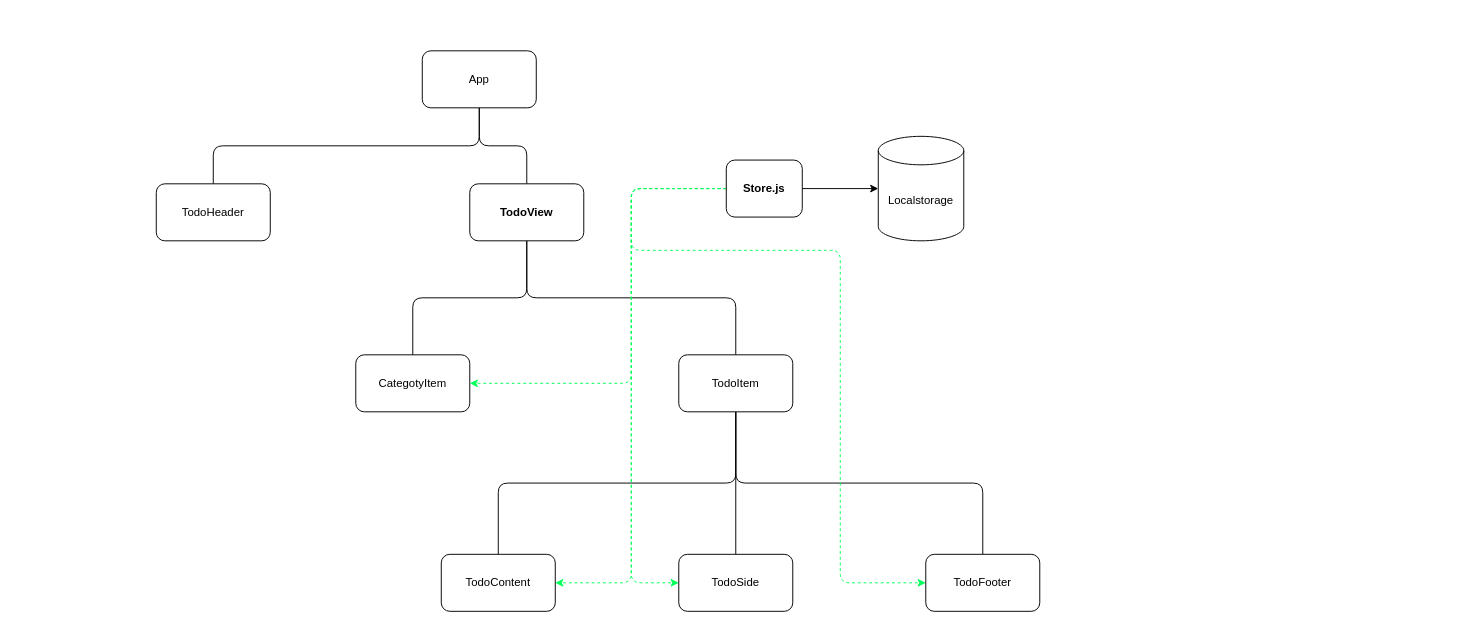
Before: todo-list.drawio in jbkim4040/todo_original, a draw.io diagram. Source tidied: cells renumbered, new cells numbered last; positions are measured from the earlier drawing's top-left corner, leaving out a move shared by most shapes. Both pictures are drawn from the tidied source at 95%, with x=0, y=0 at pixel (156, 50).
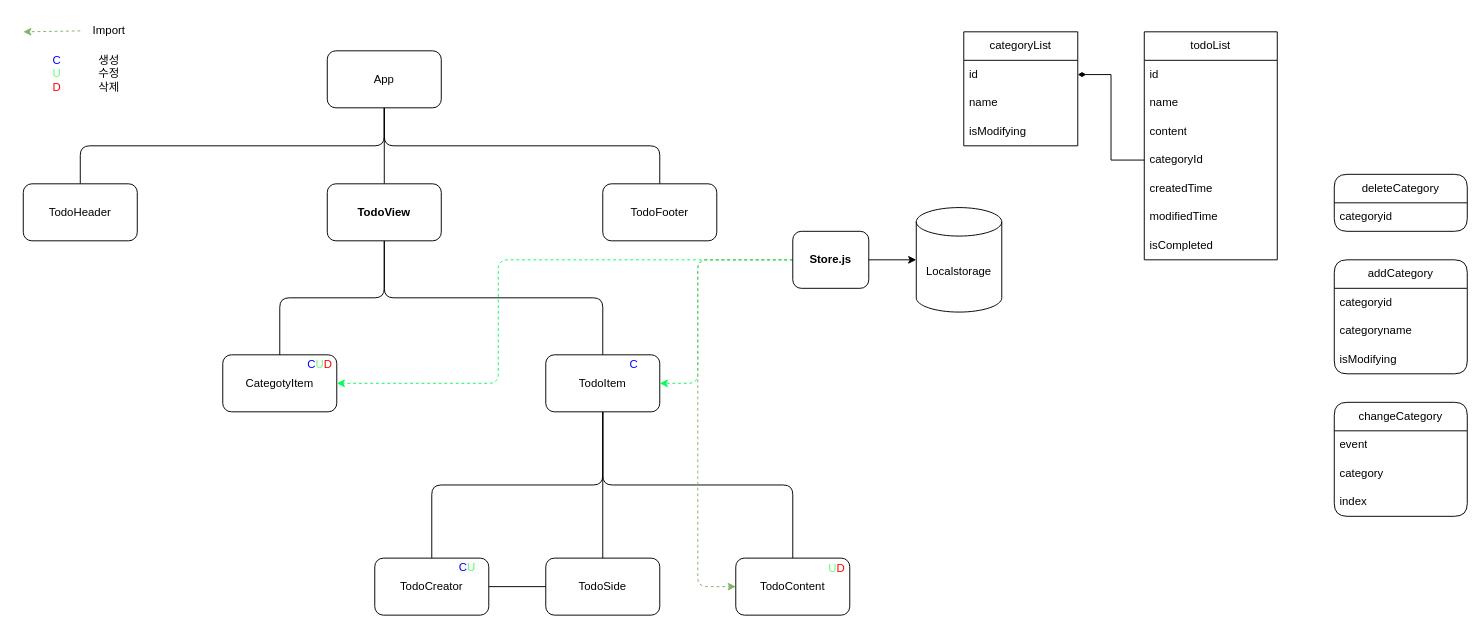
The same page after the edit.

The edit, as a diff of the source:
```diff
@@
+    <mxCell id="24" style="edgeStyle=orthogonalEdgeStyle;rounded=1;jettySize=auto;html=1;exitX=0.5;exitY=1;exitDx=0;exitDy=0;entryX=0.5;entryY=0;entryDx=0;entryDy=0;curved=0;endArrow=none;endFill=0;" parent="1" edge="1" source="4" target="23">
+      <mxGeometry relative="1" as="geometry" />
+    </mxCell>
     <mxCell id="4" value="App" style="rounded=1;whiteSpace=wrap;html=1;" parent="1" vertex="1">
-      <mxGeometry x="280" width="120" height="60" as="geometry" />
+      <mxGeometry x="180" width="120" height="60" as="geometry" />
     </mxCell>
     <mxCell id="5" value="CategotyItem" style="rounded=1;whiteSpace=wrap;html=1;" parent="1" vertex="1">
-      <mxGeometry x="210" y="320" width="120" height="60" as="geometry" />
+      <mxGeometry x="70" y="320" width="120" height="60" as="geometry" />
     </mxCell>
@@
     <mxCell id="8" value="TodoView" style="rounded=1;whiteSpace=wrap;html=1;fontStyle=1;" parent="1" vertex="1">
-      <mxGeometry x="330" y="140" width="120" height="60" as="geometry" />
+      <mxGeometry x="180" y="140" width="120" height="60" as="geometry" />
     </mxCell>
@@
-    <mxCell id="10" style="edgeStyle=orthogonalEdgeStyle;rounded=1;jettySize=auto;html=1;exitX=0.5;exitY=1;exitDx=0;exitDy=0;entryX=0.5;entryY=0;entryDx=0;entryDy=0;curved=0;endArrow=none;endFill=0;" parent="1" edge="1" source="12" target="23">
-      <mxGeometry relative="1" as="geometry" />
-    </mxCell>
+    <mxCell id="25" style="edgeStyle=orthogonalEdgeStyle;rounded=1;jettySize=auto;html=1;exitX=0.5;exitY=1;exitDx=0;exitDy=0;entryX=0.5;entryY=0;entryDx=0;entryDy=0;endArrow=none;endFill=0;curved=0;" parent="1" edge="1" source="12" target="27">
+      <mxGeometry relative="1" as="geometry" />
+    </mxCell>
@@
     <mxCell id="12" value="TodoItem" style="rounded=1;whiteSpace=wrap;html=1;" parent="1" vertex="1">
-      <mxGeometry x="550" y="320" width="120" height="60" as="geometry" />
+      <mxGeometry x="410" y="320" width="120" height="60" as="geometry" />
     </mxCell>
     <mxCell id="13" value="TodoHeader" style="rounded=1;whiteSpace=wrap;html=1;" parent="1" vertex="1">
-      <mxGeometry y="140" width="120" height="60" as="geometry" />
+      <mxGeometry x="-140" y="140" width="120" height="60" as="geometry" />
     </mxCell>
     <mxCell id="14" style="edgeStyle=orthogonalEdgeStyle;rounded=1;jettySize=auto;html=1;exitX=0;exitY=0.5;exitDx=0;exitDy=0;entryX=1;entryY=0.5;entryDx=0;entryDy=0;dashed=1;curved=0;strokeColor=#00ff59;" parent="1" edge="1" source="18" target="5">
       <mxGeometry relative="1" as="geometry">
         <Array as="points">
-          <mxPoint x="500" y="145" />
-          <mxPoint x="500" y="350" />
+          <mxPoint x="670" y="220" />
+          <mxPoint x="360" y="220" />
+          <mxPoint x="360" y="350" />
         </Array>
       </mxGeometry>
     </mxCell>
+    <mxCell id="17" style="edgeStyle=orthogonalEdgeStyle;rounded=1;jettySize=auto;html=1;exitX=0;exitY=0.5;exitDx=0;exitDy=0;entryX=1;entryY=0.5;entryDx=0;entryDy=0;curved=0;dashed=1;strokeColor=#00ff59;" parent="1" edge="1" source="18" target="12">
+      <mxGeometry relative="1" as="geometry">
+        <Array as="points">
+          <mxPoint x="570" y="220" />
+          <mxPoint x="570" y="350" />
+        </Array>
+      </mxGeometry>
+    </mxCell>
-    <mxCell id="15" style="edgeStyle=orthogonalEdgeStyle;rounded=1;jettySize=auto;html=1;exitX=0;exitY=0.5;exitDx=0;exitDy=0;entryX=1;entryY=0.5;entryDx=0;entryDy=0;curved=0;dashed=1;strokeColor=#00ff59;" parent="1" edge="1" source="18" target="21">
+    <mxCell id="15" style="edgeStyle=orthogonalEdgeStyle;rounded=1;jettySize=auto;html=1;exitX=0;exitY=0.5;exitDx=0;exitDy=0;entryX=0;entryY=0.5;entryDx=0;entryDy=0;fillColor=#d5e8d4;strokeColor=#82b366;curved=0;dashed=1;" parent="1" edge="1" source="18" target="21">
       <mxGeometry relative="1" as="geometry">
         <Array as="points">
-          <mxPoint x="500" y="145" />
-          <mxPoint x="500" y="560" />
+          <mxPoint x="570" y="220" />
+          <mxPoint x="570" y="564" />
         </Array>
       </mxGeometry>
     </mxCell>
-    <mxCell id="16" style="edgeStyle=orthogonalEdgeStyle;rounded=1;jettySize=auto;html=1;exitX=0;exitY=0.5;exitDx=0;exitDy=0;entryX=0;entryY=0.5;entryDx=0;entryDy=0;curved=0;dashed=1;strokeColor=#00ff59;" parent="1" edge="1" source="18" target="22">
-      <mxGeometry relative="1" as="geometry">
-        <Array as="points">
-          <mxPoint x="500" y="145" />
-          <mxPoint x="500" y="560" />
-        </Array>
-      </mxGeometry>
-    </mxCell>
-    <mxCell id="17" style="edgeStyle=orthogonalEdgeStyle;rounded=1;jettySize=auto;html=1;exitX=0;exitY=0.5;exitDx=0;exitDy=0;entryX=0;entryY=0.5;entryDx=0;entryDy=0;curved=0;dashed=1;strokeColor=#00ff59;" parent="1" edge="1" source="18" target="23">
-      <mxGeometry relative="1" as="geometry">
-        <Array as="points">
-          <mxPoint x="500" y="145" />
-          <mxPoint x="500" y="210" />
-          <mxPoint x="720" y="210" />
-          <mxPoint x="720" y="560" />
-        </Array>
-      </mxGeometry>
-    </mxCell>
     <mxCell id="18" value="Store.js" style="rounded=1;whiteSpace=wrap;html=1;fontStyle=1;" parent="1" vertex="1">
-      <mxGeometry x="600" y="115" width="80" height="60" as="geometry" />
+      <mxGeometry x="670" y="190" width="80" height="60" as="geometry" />
     </mxCell>
     <mxCell id="19" value="Localstorage" style="shape=cylinder3;whiteSpace=wrap;html=1;boundedLbl=1;backgroundOutline=1;size=15;" parent="1" vertex="1">
-      <mxGeometry x="760" y="90" width="90" height="110" as="geometry" />
+      <mxGeometry x="800" y="165" width="90" height="110" as="geometry" />
     </mxCell>
@@
+    <mxCell id="26" style="edgeStyle=orthogonalEdgeStyle;rounded=1;jettySize=auto;html=1;exitX=0;exitY=0.5;exitDx=0;exitDy=0;entryX=1;entryY=0.5;entryDx=0;entryDy=0;endArrow=none;endFill=0;curved=0;" parent="1" edge="1" source="22" target="27">
+      <mxGeometry relative="1" as="geometry" />
+    </mxCell>
     <mxCell id="21" value="TodoContent" style="rounded=1;whiteSpace=wrap;html=1;" parent="1" vertex="1">
-      <mxGeometry x="300" y="530" width="120" height="60" as="geometry" />
+      <mxGeometry x="610" y="534" width="120" height="60" as="geometry" />
     </mxCell>
+    <mxCell id="27" value="TodoCreator" style="rounded=1;whiteSpace=wrap;html=1;" parent="1" vertex="1">
+      <mxGeometry x="230" y="534" width="120" height="60" as="geometry" />
+    </mxCell>
+    <mxCell id="28" style="edgeStyle=orthogonalEdgeStyle;rounded=0;orthogonalLoop=1;jettySize=auto;html=1;exitX=0;exitY=0.5;exitDx=0;exitDy=0;entryX=1;entryY=0.5;entryDx=0;entryDy=0;endArrow=diamondThin;endFill=1;" parent="1" edge="1">
+      <mxGeometry relative="1" as="geometry">
+        <mxPoint x="40" y="450" as="sourcePoint" />
+      </mxGeometry>
+    </mxCell>
+    <mxCell id="29" value="categoryList" style="swimlane;fontStyle=0;horizontal=1;startSize=30;whiteSpace=wrap;html=1;" parent="1" vertex="1">
+      <mxGeometry x="850" y="-20" width="120" height="120" as="geometry" />
+    </mxCell>
+    <mxCell id="30" value="id" style="text;strokeColor=none;fillColor=none;align=left;verticalAlign=middle;spacingLeft=4;spacingRight=4;overflow=hidden;points=[[0,0.5],[1,0.5]];portConstraint=eastwest;whiteSpace=wrap;html=1;" parent="29" vertex="1">
+      <mxGeometry y="30" width="120" height="30" as="geometry" />
+    </mxCell>
+    <mxCell id="31" value="name" style="text;strokeColor=none;fillColor=none;align=left;verticalAlign=middle;spacingLeft=4;spacingRight=4;overflow=hidden;whiteSpace=wrap;html=1;" parent="29" vertex="1">
+      <mxGeometry y="60" width="120" height="30" as="geometry" />
+    </mxCell>
+    <mxCell id="32" value="isModifying" style="text;strokeColor=none;fillColor=none;align=left;verticalAlign=middle;spacingLeft=4;spacingRight=4;overflow=hidden;whiteSpace=wrap;html=1;" parent="29" vertex="1">
+      <mxGeometry y="90" width="120" height="30" as="geometry" />
+    </mxCell>
+    <mxCell id="33" value="todoList" style="swimlane;fontStyle=0;horizontal=1;startSize=30;whiteSpace=wrap;html=1;" parent="1" vertex="1">
+      <mxGeometry x="1040" y="-20" width="140" height="240" as="geometry" />
+    </mxCell>
+    <mxCell id="34" value="id" style="text;strokeColor=none;fillColor=none;align=left;verticalAlign=middle;spacingLeft=4;spacingRight=4;overflow=hidden;whiteSpace=wrap;html=1;" parent="33" vertex="1">
+      <mxGeometry y="30" width="140" height="30" as="geometry" />
+    </mxCell>
+    <mxCell id="35" value="name" style="text;strokeColor=none;fillColor=none;align=left;verticalAlign=middle;spacingLeft=4;spacingRight=4;overflow=hidden;whiteSpace=wrap;html=1;" parent="33" vertex="1">
+      <mxGeometry y="60" width="140" height="30" as="geometry" />
+    </mxCell>
+    <mxCell id="36" value="content" style="text;strokeColor=none;fillColor=none;align=left;verticalAlign=middle;spacingLeft=4;spacingRight=4;overflow=hidden;whiteSpace=wrap;html=1;" parent="33" vertex="1">
+      <mxGeometry y="90" width="140" height="30" as="geometry" />
+    </mxCell>
+    <mxCell id="37" value="categoryId" style="text;strokeColor=none;fillColor=none;align=left;verticalAlign=middle;spacingLeft=4;spacingRight=4;overflow=hidden;points=[[0,0.5],[1,0.5]];portConstraint=eastwest;whiteSpace=wrap;html=1;" parent="33" vertex="1">
+      <mxGeometry y="120" width="140" height="30" as="geometry" />
+    </mxCell>
+    <mxCell id="38" value="createdTime" style="text;strokeColor=none;fillColor=none;align=left;verticalAlign=middle;spacingLeft=4;spacingRight=4;overflow=hidden;whiteSpace=wrap;html=1;" parent="33" vertex="1">
+      <mxGeometry y="150" width="140" height="30" as="geometry" />
+    </mxCell>
+    <mxCell id="39" value="modifiedTime" style="text;strokeColor=none;fillColor=none;align=left;verticalAlign=middle;spacingLeft=4;spacingRight=4;overflow=hidden;whiteSpace=wrap;html=1;" parent="33" vertex="1">
+      <mxGeometry y="180" width="140" height="30" as="geometry" />
+    </mxCell>
+    <mxCell id="40" value="isCompleted" style="text;strokeColor=none;fillColor=none;align=left;verticalAlign=middle;spacingLeft=4;spacingRight=4;overflow=hidden;whiteSpace=wrap;html=1;" parent="33" vertex="1">
+      <mxGeometry y="210" width="140" height="30" as="geometry" />
+    </mxCell>
+    <mxCell id="41" style="edgeStyle=orthogonalEdgeStyle;rounded=0;jettySize=auto;html=1;exitX=0;exitY=0.5;exitDx=0;exitDy=0;entryX=1;entryY=0.5;entryDx=0;entryDy=0;endArrow=diamondThin;endFill=1;" parent="1" edge="1" source="37" target="30">
+      <mxGeometry relative="1" as="geometry" />
+    </mxCell>
+    <mxCell id="42" style="endArrow=classic;html=1;rounded=0;fillColor=#d5e8d4;strokeColor=#82b366;dashed=1;" parent="1" edge="1">
+      <mxGeometry relative="1" as="geometry">
+        <mxPoint x="-80" y="-21" as="sourcePoint" />
+        <mxPoint x="-140" y="-20" as="targetPoint" />
+      </mxGeometry>
+    </mxCell>
+    <mxCell id="43" value="Import" style="text;html=1;align=center;verticalAlign=middle;strokeColor=none;fillColor=none;" parent="1" vertex="1">
+      <mxGeometry x="-80" y="-36" width="60" height="30" as="geometry" />
+    </mxCell>
+    <mxCell id="44" value="&lt;font color=&quot;#0400ff&quot;&gt;C&lt;/font&gt;&lt;font color=&quot;#61ff7b&quot;&gt;&amp;nbsp; &amp;nbsp;&amp;nbsp;&lt;/font&gt;" style="text;html=1;align=center;verticalAlign=middle;strokeColor=none;fillColor=none;fontColor=#ff0000;" parent="1" vertex="1">
+      <mxGeometry x="484" y="315" width="50" height="30" as="geometry" />
+    </mxCell>
+    <mxCell id="45" value="&lt;font color=&quot;#0400ff&quot;&gt;&amp;nbsp; &amp;nbsp;&lt;/font&gt;&lt;font color=&quot;#61ff7b&quot;&gt;U&lt;/font&gt;D" style="text;html=1;align=center;verticalAlign=middle;strokeColor=none;fillColor=none;fontColor=#ff0000;" parent="1" vertex="1">
+      <mxGeometry x="686" y="530" width="50" height="30" as="geometry" />
+    </mxCell>
+    <mxCell id="46" value="&lt;font color=&quot;#0400ff&quot;&gt;C &lt;br&gt;&lt;/font&gt;&lt;font color=&quot;#61ff7b&quot;&gt;U&lt;br&gt;&lt;/font&gt;D" style="text;html=1;align=center;verticalAlign=middle;strokeColor=none;fillColor=none;fontColor=#ff0000;" parent="1" vertex="1">
+      <mxGeometry x="-120" y="-6" width="30" height="60" as="geometry" />
+    </mxCell>
+    <mxCell id="47" value="&lt;font color=&quot;#0400ff&quot;&gt;C&lt;/font&gt;&lt;font color=&quot;#61ff7b&quot;&gt;U&lt;/font&gt;D" style="text;html=1;align=center;verticalAlign=middle;strokeColor=none;fillColor=none;fontColor=#ff0000;" parent="1" vertex="1">
+      <mxGeometry x="147" y="315" width="50" height="30" as="geometry" />
+    </mxCell>
+    <mxCell id="48" value="&lt;font color=&quot;#000000&quot;&gt;생성&lt;br&gt;수정&lt;br&gt;삭제&lt;/font&gt;" style="text;html=1;align=center;verticalAlign=middle;strokeColor=none;fillColor=none;fontColor=#ff0000;" parent="1" vertex="1">
+      <mxGeometry x="-70" y="-6" width="40" height="60" as="geometry" />
+    </mxCell>
     <mxCell id="22" value="TodoSide" style="rounded=1;whiteSpace=wrap;html=1;" parent="1" vertex="1">
-      <mxGeometry x="550" y="530" width="120" height="60" as="geometry" />
+      <mxGeometry x="410" y="534" width="120" height="60" as="geometry" />
     </mxCell>
+    <mxCell id="49" value="&lt;font color=&quot;#0400ff&quot; style=&quot;border-color: var(--border-color); font-family: Helvetica; font-size: 12px; font-style: normal; font-variant-ligatures: normal; font-variant-caps: normal; font-weight: 400; letter-spacing: normal; orphans: 2; text-align: center; text-indent: 0px; text-transform: none; widows: 2; word-spacing: 0px; -webkit-text-stroke-width: 0px; background-color: rgb(251, 251, 251); text-decoration-thickness: initial; text-decoration-style: initial; text-decoration-color: initial;&quot;&gt;C&lt;/font&gt;&lt;font color=&quot;#61ff7b&quot; style=&quot;border-color: var(--border-color); font-family: Helvetica; font-size: 12px; font-style: normal; font-variant-ligatures: normal; font-variant-caps: normal; font-weight: 400; letter-spacing: normal; orphans: 2; text-align: center; text-indent: 0px; text-transform: none; widows: 2; word-spacing: 0px; -webkit-text-stroke-width: 0px; background-color: rgb(251, 251, 251); text-decoration-thickness: initial; text-decoration-style: initial; text-decoration-color: initial;&quot;&gt;U&lt;/font&gt;&lt;font color=&quot;#ff0000&quot; style=&quot;border-color: var(--border-color); font-family: Helvetica; font-size: 12px; font-style: normal; font-variant-ligatures: normal; font-variant-caps: normal; font-weight: 400; letter-spacing: normal; orphans: 2; text-align: center; text-indent: 0px; text-transform: none; widows: 2; word-spacing: 0px; -webkit-text-stroke-width: 0px; background-color: rgb(251, 251, 251); text-decoration-thickness: initial; text-decoration-style: initial; text-decoration-color: initial;&quot;&gt;&amp;nbsp;&lt;/font&gt;" style="text;whiteSpace=wrap;html=1;" parent="1" vertex="1">
+      <mxGeometry x="317" y="530" width="30" height="30" as="geometry" />
+    </mxCell>
     <mxCell id="23" value="TodoFooter" style="rounded=1;whiteSpace=wrap;html=1;" parent="1" vertex="1">
-      <mxGeometry x="810" y="530" width="120" height="60" as="geometry" />
+      <mxGeometry x="470" y="140" width="120" height="60" as="geometry" />
     </mxCell>
+    <mxCell id="50" value="deleteCategory" style="swimlane;fontStyle=0;horizontal=1;startSize=30;whiteSpace=wrap;html=1;rounded=1;" parent="1" vertex="1">
+      <mxGeometry x="1240" y="130" width="140" height="60" as="geometry" />
+    </mxCell>
+    <mxCell id="51" value="categoryid" style="text;strokeColor=none;fillColor=none;align=left;verticalAlign=middle;spacingLeft=4;spacingRight=4;overflow=hidden;whiteSpace=wrap;html=1;rounded=1;" parent="50" vertex="1">
+      <mxGeometry y="30" width="140" height="30" as="geometry" />
+    </mxCell>
+    <mxCell id="52" value="addCategory" style="swimlane;fontStyle=0;horizontal=1;startSize=30;whiteSpace=wrap;html=1;rounded=1;" parent="1" vertex="1">
+      <mxGeometry x="1240" y="220" width="140" height="120" as="geometry" />
+    </mxCell>
+    <mxCell id="53" value="categoryid" style="text;strokeColor=none;fillColor=none;align=left;verticalAlign=middle;spacingLeft=4;spacingRight=4;overflow=hidden;whiteSpace=wrap;html=1;" parent="52" vertex="1">
+      <mxGeometry y="30" width="140" height="30" as="geometry" />
+    </mxCell>
+    <mxCell id="54" value="categoryname" style="text;strokeColor=none;fillColor=none;align=left;verticalAlign=middle;spacingLeft=4;spacingRight=4;overflow=hidden;whiteSpace=wrap;html=1;" parent="52" vertex="1">
+      <mxGeometry y="60" width="140" height="30" as="geometry" />
+    </mxCell>
+    <mxCell id="55" value="isModifying" style="text;strokeColor=none;fillColor=none;align=left;verticalAlign=middle;spacingLeft=4;spacingRight=4;overflow=hidden;whiteSpace=wrap;html=1;" parent="52" vertex="1">
+      <mxGeometry y="90" width="140" height="30" as="geometry" />
+    </mxCell>
+    <mxCell id="56" value="changeCategory" style="swimlane;fontStyle=0;horizontal=1;startSize=30;whiteSpace=wrap;html=1;rounded=1;" parent="1" vertex="1">
+      <mxGeometry x="1240" y="370" width="140" height="120" as="geometry" />
+    </mxCell>
+    <mxCell id="57" value="event" style="text;strokeColor=none;fillColor=none;align=left;verticalAlign=middle;spacingLeft=4;spacingRight=4;overflow=hidden;whiteSpace=wrap;html=1;" parent="56" vertex="1">
+      <mxGeometry y="30" width="140" height="30" as="geometry" />
+    </mxCell>
+    <mxCell id="58" value="category" style="text;strokeColor=none;fillColor=none;align=left;verticalAlign=middle;spacingLeft=4;spacingRight=4;overflow=hidden;whiteSpace=wrap;html=1;" parent="56" vertex="1">
+      <mxGeometry y="60" width="140" height="30" as="geometry" />
+    </mxCell>
+    <mxCell id="59" value="index" style="text;strokeColor=none;fillColor=none;align=left;verticalAlign=middle;spacingLeft=4;spacingRight=4;overflow=hidden;whiteSpace=wrap;html=1;" parent="56" vertex="1">
+      <mxGeometry y="90" width="140" height="30" as="geometry" />
+    </mxCell>
```
